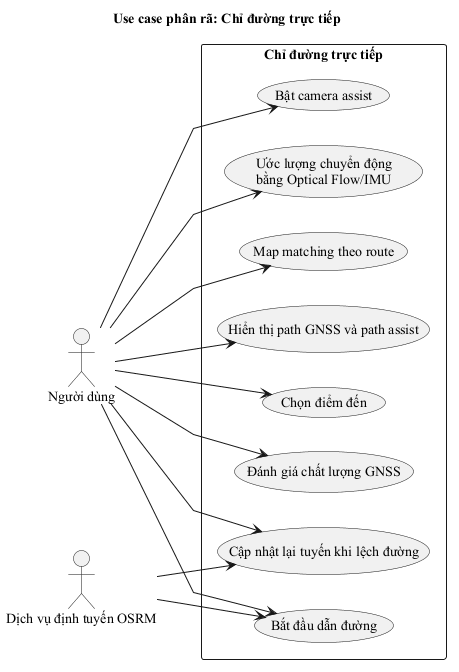
This is figures/usecase_chi_duong_truc_tiep.png from thanhmobile080604/My-Thesis-Latex, a PlantUML export, as it was before one commit.
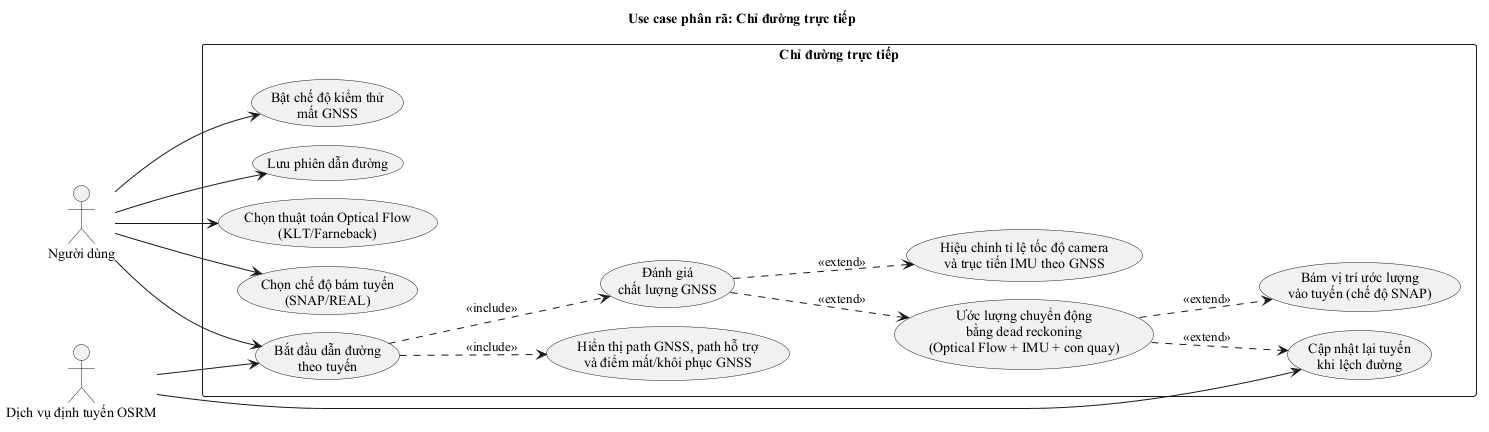
Later version of the same file.

Change to the diagram source:
```diff
@@ -1,31 +1,43 @@
 @startuml usecase_chi_duong_truc_tiep
 skinparam defaultFontName "Times New Roman"
-skinparam linetype polyline
 left to right direction
+skinparam packageStyle rectangle
+skinparam nodesep 18
+skinparam ranksep 55
 title Use case phân rã: Chỉ đường trực tiếp
 
 actor "Người dùng" as User
 actor "Dịch vụ định tuyến OSRM" as OSRM
 
 rectangle "Chỉ đường trực tiếp" {
-  usecase "Chọn điểm đến" as U1
-  usecase "Bắt đầu dẫn đường" as U2
-  usecase "Đánh giá chất lượng GNSS" as U3
-  usecase "Bật camera assist" as U4
-  usecase "Ước lượng chuyển động\nbằng Optical Flow/IMU" as U5
-  usecase "Map matching theo route" as U6
-  usecase "Cập nhật lại tuyến khi lệch đường" as U7
-  usecase "Hiển thị path GNSS và path assist" as U8
+
+  usecase "Bắt đầu dẫn đường\ntheo tuyến" as UC_Start
+  usecase "Chọn thuật toán Optical Flow\n(KLT/Farneback)" as UC_Algo
+  usecase "Chọn chế độ bám tuyến\n(SNAP/REAL)" as UC_Snap
+  usecase "Bật chế độ kiểm thử\nmất GNSS" as UC_Test
+  usecase "Lưu phiên dẫn đường" as UC_Save
+
+  usecase "Đánh giá\nchất lượng GNSS" as UC_Gnss
+  usecase "Hiệu chỉnh tỉ lệ tốc độ camera\nvà trục tiến IMU theo GNSS" as UC_Calib
+  usecase "Ước lượng chuyển động\nbằng dead reckoning\n(Optical Flow + IMU + con quay)" as UC_DR
+  usecase "Bám vị trí ước lượng\nvào tuyến (chế độ SNAP)" as UC_Lock
+  usecase "Cập nhật lại tuyến\nkhi lệch đường" as UC_Reroute
+  usecase "Hiển thị path GNSS, path hỗ trợ\nvà điểm mất/khôi phục GNSS" as UC_Draw
 }
 
-User --> U1
-User --> U2
-User --> U3
-User --> U4
-User --> U5
-User --> U6
-User --> U7
-User --> U8
-OSRM --> U2
-OSRM --> U7
+User --> UC_Start
+User --> UC_Algo
+User --> UC_Snap
+User --> UC_Test
+User --> UC_Save
+
+UC_Start ..> UC_Gnss : <<include>>
+UC_Start ..> UC_Draw : <<include>>
+UC_Gnss ..> UC_Calib : <<extend>>
+UC_Gnss ..> UC_DR : <<extend>>
+UC_DR ..> UC_Lock : <<extend>>
+UC_DR ..> UC_Reroute : <<extend>>
+
+OSRM --> UC_Start
+OSRM --> UC_Reroute
 @enduml
```
